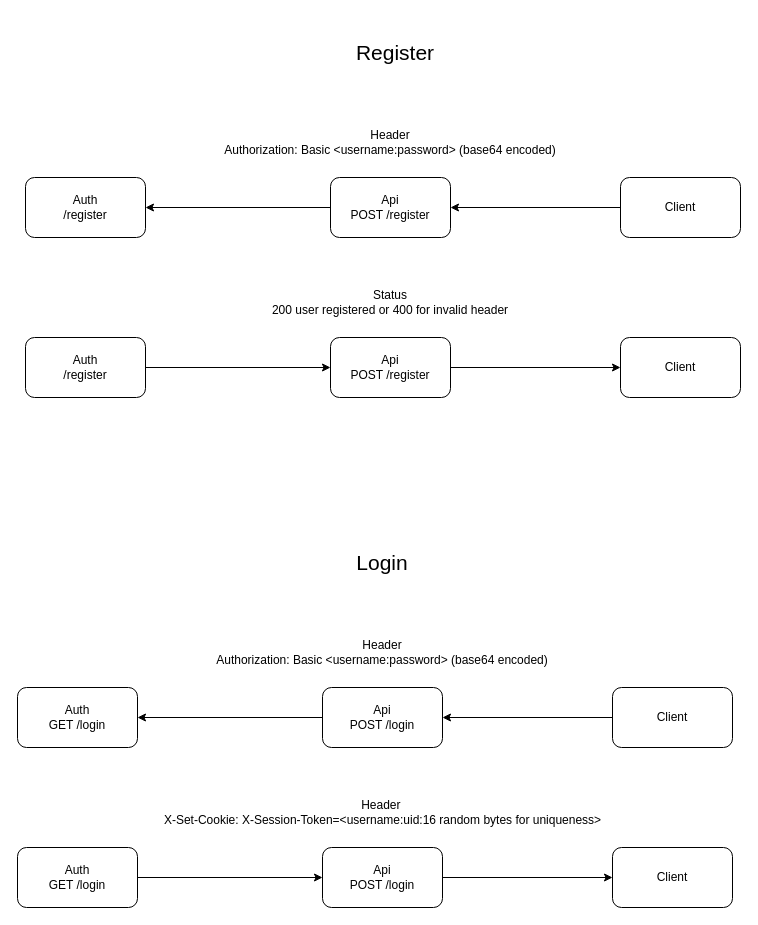
The draw.io diagram auth_diagram_0_register_login.drawio in sarahmarkland/galaxy_atlas, before the edit. Source tidied: cells renumbered, new cells numbered last; positions are measured from the earlier drawing's top-left corner, leaving out a move shared by most shapes. Both pictures are drawn from the tidied source at 100%, with x=0, y=0 at pixel (17, 17).
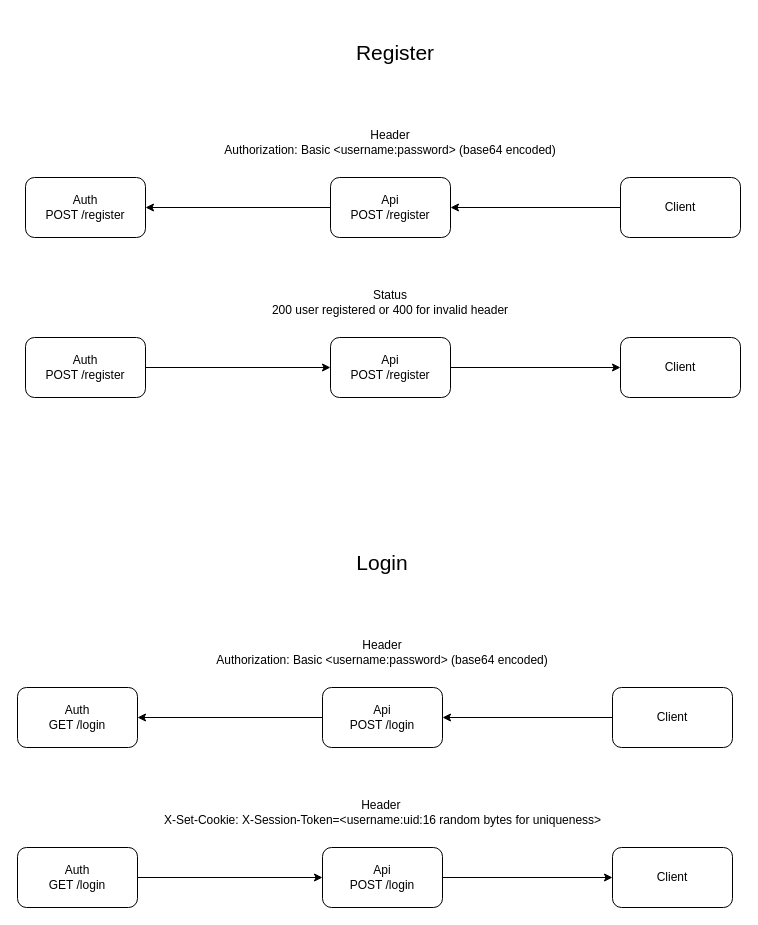
Above is the later version.

Commit message (it also covers changes not shown here):
Update README with auth flow diagrams

Change to the diagram source:
```diff
@@
-    <mxCell id="2" value="&lt;div&gt;Auth&lt;/div&gt;&lt;div&gt;/register&lt;br&gt;&lt;/div&gt;" style="rounded=1;whiteSpace=wrap;html=1;" parent="1" vertex="1">
+    <mxCell id="2" value="&lt;div&gt;Auth&lt;/div&gt;&lt;div&gt;POST /register&lt;br&gt;&lt;/div&gt;" style="rounded=1;whiteSpace=wrap;html=1;" parent="1" vertex="1">
       <mxGeometry x="8" y="160" width="120" height="60" as="geometry" />
     </mxCell>
@@
-    <mxCell id="9" value="&lt;div&gt;Auth&lt;/div&gt;&lt;div&gt;/register&lt;br&gt;&lt;/div&gt;" style="rounded=1;whiteSpace=wrap;html=1;" parent="1" vertex="1">
+    <mxCell id="9" value="&lt;div&gt;Auth&lt;/div&gt;&lt;div&gt;POST /register&lt;br&gt;&lt;/div&gt;" style="rounded=1;whiteSpace=wrap;html=1;" parent="1" vertex="1">
       <mxGeometry x="8" y="320" width="120" height="60" as="geometry" />
     </mxCell>
```
